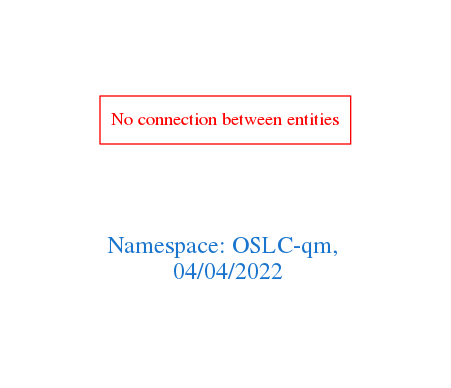
The Graphviz diagram downloads/OSLC-qm.png in arago/OGIT, before a commit. Its source is kept beside it as downloads/OSLC-qm.dot.
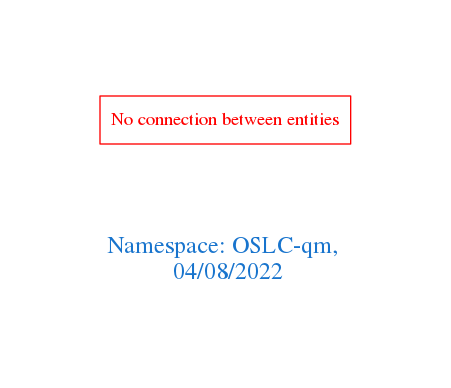
After the commit.

The edit, as a diff of the source:
```diff
@@ -1,7 +1,7 @@
 digraph OGIT_ontology {
  graph [ rankdir= LR,pad=1
 fontsize = 18,
-fontcolor= dodgerblue3,label = "\n\n\nNamespace: OSLC-qm, \n 04/04/2022"];
+fontcolor= dodgerblue3,label = "\n\n\nNamespace: OSLC-qm, \n 04/08/2022"];
 node[shape=polygon];
 edge [  color="gray81"];
 
```
